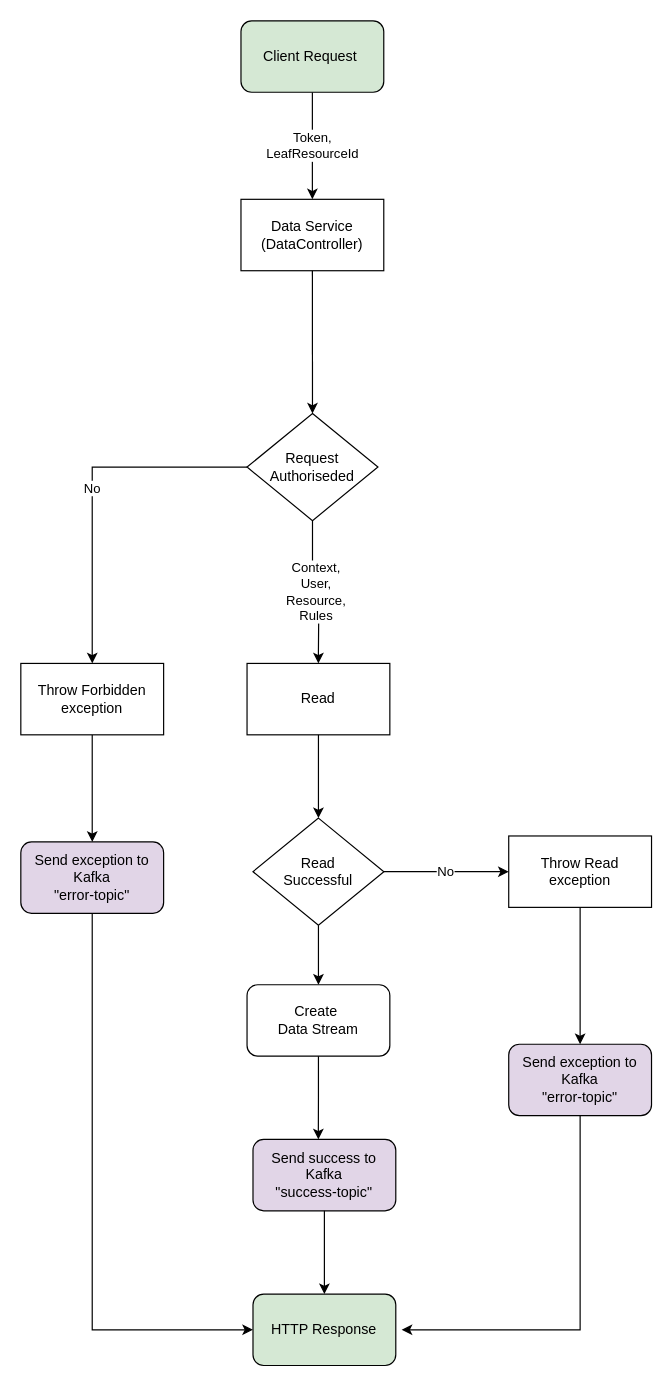
Before: data-service/doc/data-service.drawio in gchq/Palisade-services, a draw.io diagram. Source tidied: cells renumbered, new cells numbered last; positions are measured from the earlier drawing's top-left corner, leaving out a move shared by most shapes. Both pictures are drawn from the tidied source at 119%, with x=0, y=0 at pixel (20, 20).
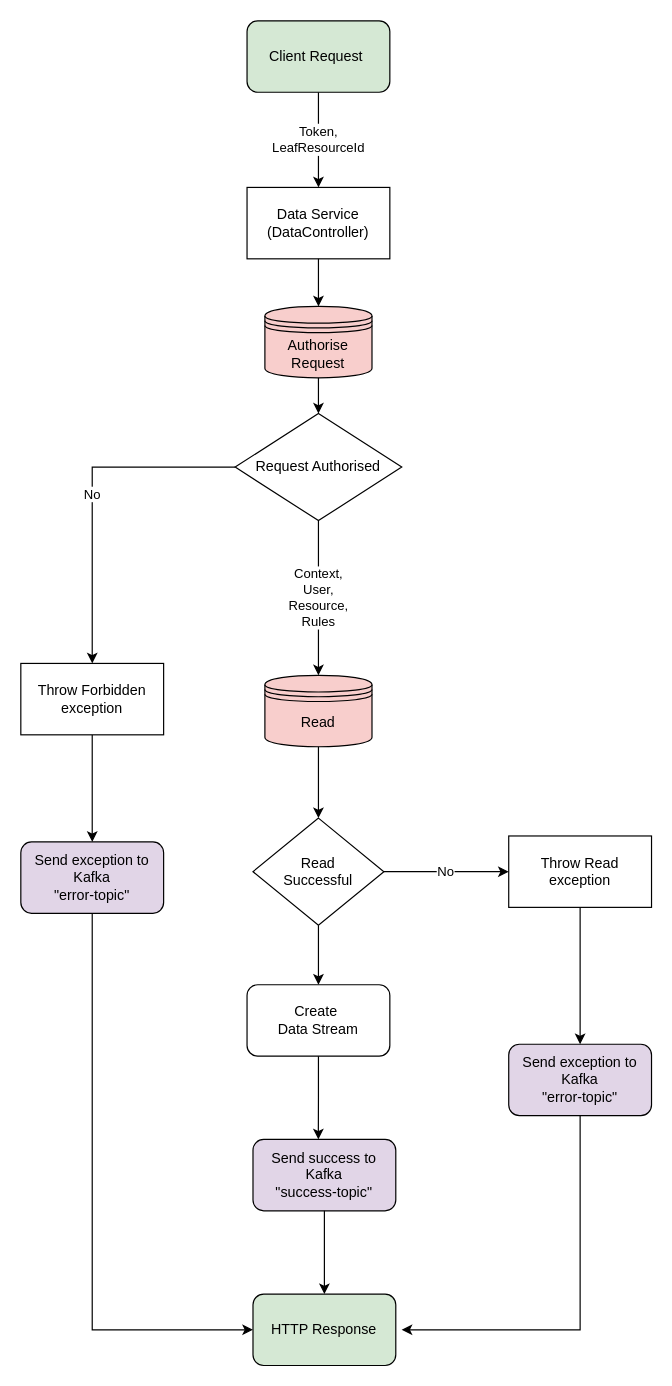
Above is the later version.

Commit message (it also covers changes not shown here):
PAL-874-Data-Service-update-documentation: changes to readme and diagram

Unchanged cells that the change refers to:
```xml
<mxCell id="15" value="Read&lt;br&gt;Successful" style="rhombus;whiteSpace=wrap;html=1;" parent="1" vertex="1">
  <mxGeometry x="195.1" y="670" width="110" height="90" as="geometry" />
</mxCell>
```

Diff of the diagram source:
```diff
@@
     <mxCell id="2" value="Data Service (DataController)" style="rounded=0;whiteSpace=wrap;html=1;" parent="1" vertex="1">
-      <mxGeometry x="185" y="150" width="120" height="60" as="geometry" />
+      <mxGeometry x="190.1" y="140" width="120" height="60" as="geometry" />
     </mxCell>
@@
-    <mxCell id="4" value="Request Authoriseded" style="rhombus;whiteSpace=wrap;html=1;" parent="1" vertex="1">
-      <mxGeometry x="190.1" y="330" width="110" height="90" as="geometry" />
+    <mxCell id="4" value="Request Authorised" style="rhombus;whiteSpace=wrap;html=1;" parent="1" vertex="1">
+      <mxGeometry x="180.1" y="330" width="140" height="90" as="geometry" />
     </mxCell>
@@
-    <mxCell id="7" value="Read" style="rounded=0;whiteSpace=wrap;html=1;" parent="1" vertex="1">
-      <mxGeometry x="190.1" y="540" width="120" height="60" as="geometry" />
-    </mxCell>
@@
     <mxCell id="10" value="&lt;div&gt;&lt;span&gt;Client Request&amp;nbsp;&lt;/span&gt;&lt;br&gt;&lt;/div&gt;" style="rounded=1;whiteSpace=wrap;html=1;fillColor=#D5E8D4;" parent="1" vertex="1">
-      <mxGeometry x="185" width="120" height="60" as="geometry" />
+      <mxGeometry x="190.1" width="120" height="60" as="geometry" />
     </mxCell>
-    <mxCell id="11" style="endArrow=classic;html=1;entryX=0.5;entryY=0;entryDx=0;entryDy=0;exitX=0.5;exitY=1;exitDx=0;exitDy=0;" parent="1" edge="1" source="2" target="4">
-      <mxGeometry relative="1" as="geometry" />
-    </mxCell>
@@
-    <mxCell id="14" value="Context, &lt;br&gt;User, &lt;br&gt;Resource,&lt;br&gt;Rules" style="edgeStyle=orthogonalEdgeStyle;rounded=0;jettySize=auto;html=1;exitX=0.5;exitY=1;exitDx=0;exitDy=0;" parent="1" edge="1" source="4">
-      <mxGeometry relative="1" as="geometry">
-        <mxPoint x="250" y="540" as="targetPoint" />
-      </mxGeometry>
+    <mxCell id="14" value="Context, &lt;br&gt;User, &lt;br&gt;Resource,&lt;br&gt;Rules" style="edgeStyle=orthogonalEdgeStyle;rounded=0;jettySize=auto;html=1;exitX=0.5;exitY=1;exitDx=0;exitDy=0;entryX=0.5;entryY=0;entryDx=0;entryDy=0;" parent="1" edge="1" source="4" target="7">
+      <mxGeometry relative="1" as="geometry" />
     </mxCell>
@@
-    <mxCell id="16" style="endArrow=classic;html=1;entryX=0.5;entryY=0;entryDx=0;entryDy=0;exitX=0.5;exitY=1;exitDx=0;exitDy=0;" parent="1" edge="1" source="7" target="15">
-      <mxGeometry relative="1" as="geometry" />
-    </mxCell>
@@
+    <mxCell id="27" value="&lt;span&gt;Authorise Request&lt;/span&gt;" style="shape=datastore;whiteSpace=wrap;html=1;fillColor=#F8CECC;" parent="1" vertex="1">
+      <mxGeometry x="205.1" y="240" width="90" height="60" as="geometry" />
+    </mxCell>
+    <mxCell id="7" value="&lt;span&gt;Read&lt;/span&gt;" style="shape=datastore;whiteSpace=wrap;html=1;fillColor=#F8CECC;" parent="1" vertex="1">
+      <mxGeometry x="205.1" y="550" width="90" height="60" as="geometry" />
+    </mxCell>
+    <mxCell id="28" style="endArrow=classic;html=1;exitX=0.5;exitY=1;exitDx=0;exitDy=0;entryX=0.5;entryY=0;entryDx=0;entryDy=0;" parent="1" edge="1" source="2" target="27">
+      <mxGeometry relative="1" as="geometry" />
+    </mxCell>
+    <mxCell id="29" style="endArrow=classic;html=1;exitX=0.5;exitY=1;exitDx=0;exitDy=0;entryX=0.5;entryY=0;entryDx=0;entryDy=0;" parent="1" edge="1" source="27" target="4">
+      <mxGeometry relative="1" as="geometry" />
+    </mxCell>
+    <mxCell id="16" style="endArrow=classic;html=1;exitX=0.5;exitY=1;exitDx=0;exitDy=0;entryX=0.5;entryY=0;entryDx=0;entryDy=0;" parent="1" edge="1" source="7" target="15">
+      <mxGeometry relative="1" as="geometry" />
+    </mxCell>
```
